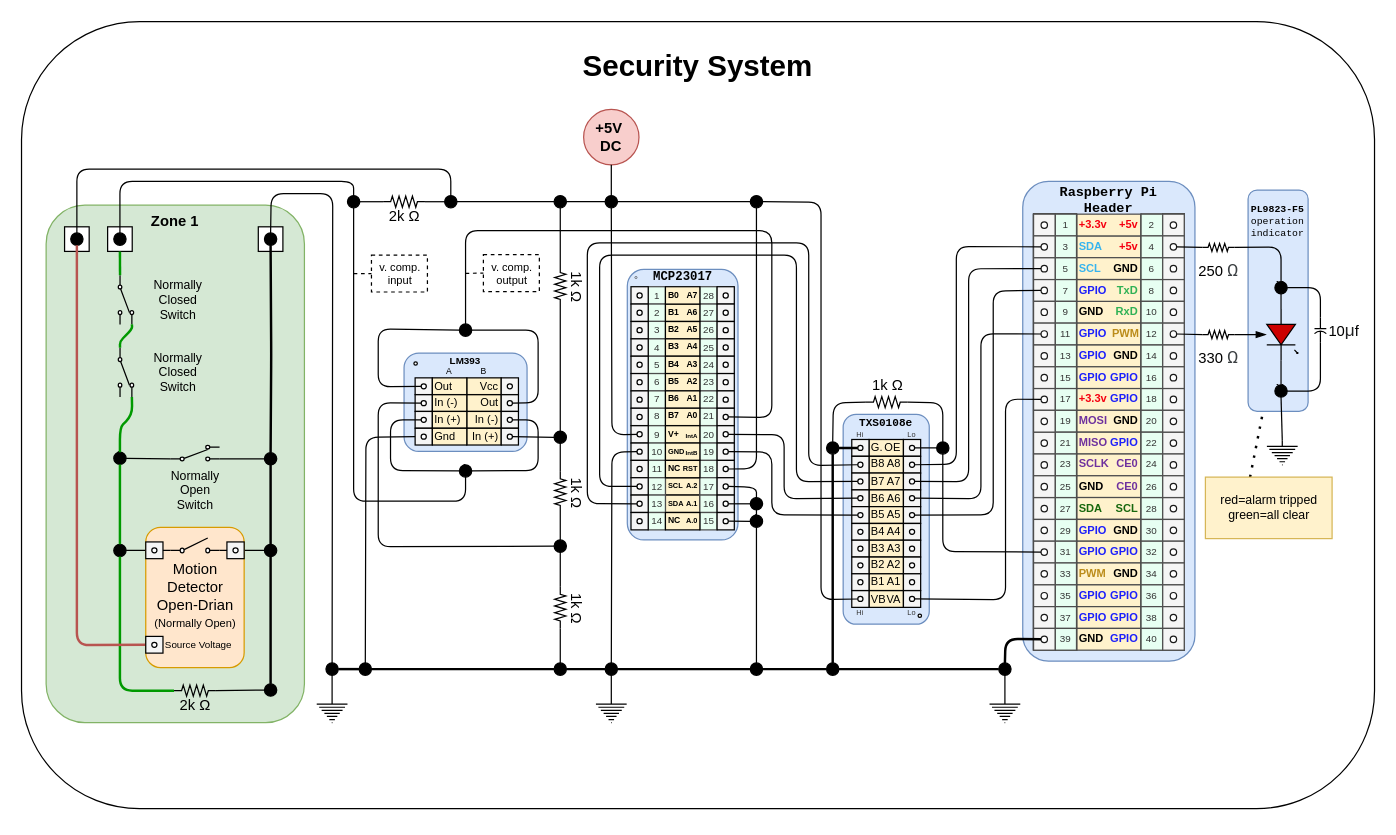
This is page "LM393" (1 of 2) of readme/circuit diagram.drawio from wryan67/SecuritySystem, a draw.io file, before an edit. Source tidied: cells renumbered, new cells numbered last; positions are measured from the earlier drawing's top-left corner, leaving out a move shared by most shapes. Both pictures are drawn from the tidied source at 123%, with x=0, y=0 at pixel (21, 21).
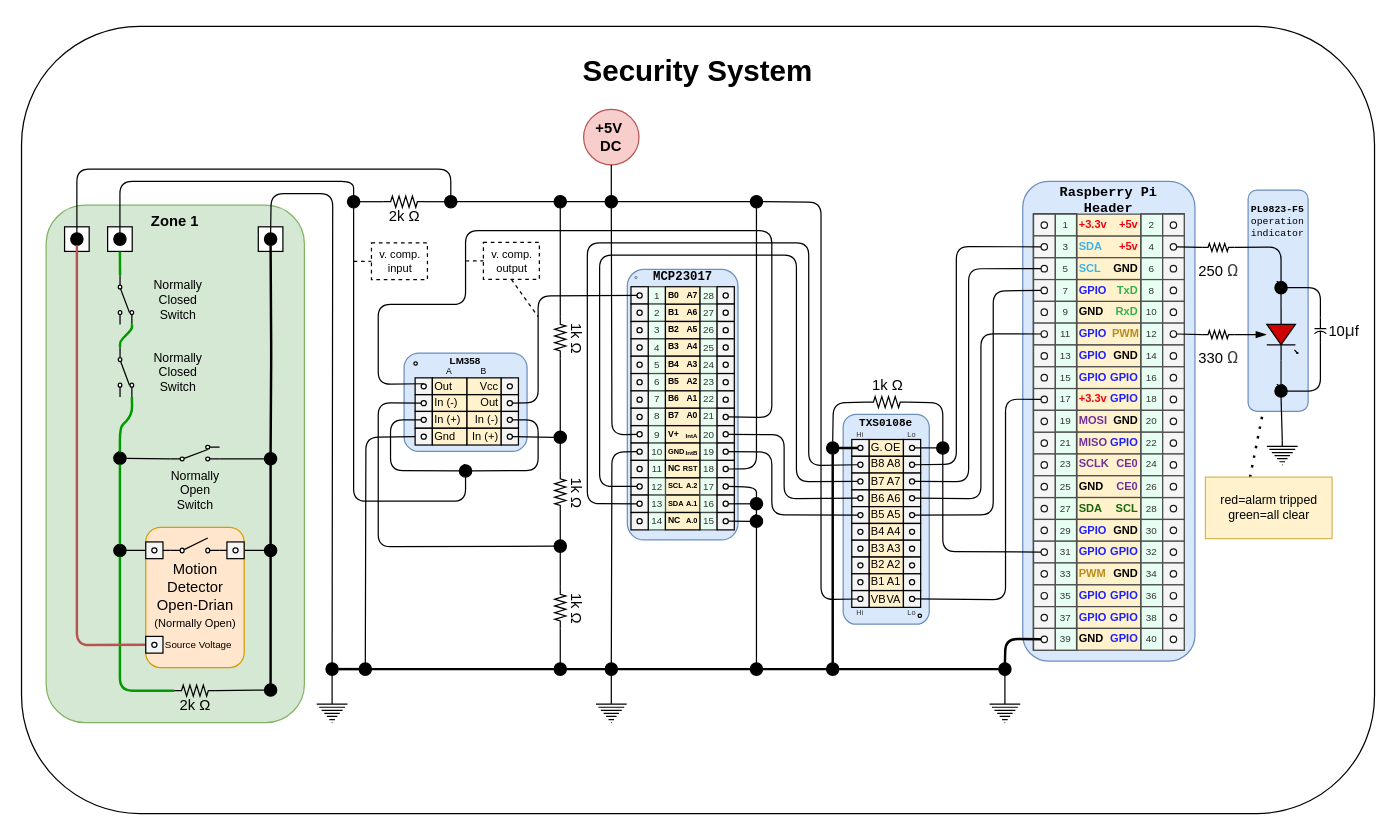
The same diagram, later.

The change refers to these unchanged cells:
```xml
<mxCell id="368" style="verticalLabelPosition=bottom;shadow=0;dashed=0;align=center;html=1;verticalAlign=top;strokeWidth=1;shape=ellipse;fontSize=7;" parent="303" vertex="1">
  <mxGeometry x="77.9" y="117.9" width="4.2" height="4.2" as="geometry" />
</mxCell>
<mxCell id="404" style="verticalLabelPosition=bottom;shadow=0;dashed=0;align=center;html=1;verticalAlign=top;strokeWidth=1;shape=ellipse;fontSize=7;" parent="303" vertex="1">
  <mxGeometry x="7.9" y="19.1" width="4.2" height="4.2" as="geometry" />
</mxCell>
<mxCell id="490" style="verticalLabelPosition=bottom;shadow=0;dashed=0;align=center;html=1;verticalAlign=top;strokeWidth=1;shape=ellipse;fontSize=12;" parent="1" vertex="1">
  <mxGeometry x="324.9" y="294.5" width="4.2" height="4.1" as="geometry" />
</mxCell>
<mxCell id="495" style="verticalLabelPosition=bottom;shadow=0;dashed=0;align=center;html=1;verticalAlign=top;strokeWidth=1;shape=ellipse;fontSize=12;" parent="1" vertex="1">
  <mxGeometry x="394.9" y="308.2" width="4.2" height="4.1" as="geometry" />
</mxCell>
```

Change to the diagram source:
```diff
@@
     <mxCell id="2" value="&lt;h1&gt;Security System&lt;/h1&gt;" style="rounded=1;whiteSpace=wrap;html=1;align=center;verticalAlign=top;" parent="1" vertex="1">
-      <mxGeometry width="1100" height="640" as="geometry" />
+      <mxGeometry y="3.9" width="1100" height="640" as="geometry" />
     </mxCell>
@@
-    <mxCell id="483" value="LM393" style="rounded=1;whiteSpace=wrap;html=1;fontSize=8;align=center;fillColor=#dae8fc;strokeColor=#6c8ebf;fontStyle=1;verticalAlign=top;spacingTop=-5;" parent="1" vertex="1">
+    <mxCell id="483" value="LM358" style="rounded=1;whiteSpace=wrap;html=1;fontSize=8;align=center;fillColor=#dae8fc;strokeColor=#6c8ebf;fontStyle=1;verticalAlign=top;spacingTop=-5;" parent="1" vertex="1">
       <mxGeometry x="311" y="269.5" width="100" height="80" as="geometry" />
     </mxCell>
@@
-    <mxCell id="512" style="endArrow=none;html=1;exitX=0.5;exitY=0;exitDx=0;exitDy=0;entryX=1;entryY=0.5;entryDx=0;entryDy=0;startArrow=none;" parent="1" edge="1" source="538" target="368">
+    <mxCell id="512" style="endArrow=none;html=1;exitX=0.5;exitY=0;exitDx=0;exitDy=0;entryX=1;entryY=0.5;entryDx=0;entryDy=0;startArrow=none;" parent="1" edge="1" source="490" target="368">
       <mxGeometry relative="1" as="geometry">
         <Array as="points">
+          <mxPoint x="290" y="295" />
+          <mxPoint x="290" y="230" />
+          <mxPoint x="361" y="230" />
           <mxPoint x="361" y="170" />
           <mxPoint x="610" y="170" />
           <mxPoint x="610" y="322" />
         </Array>
       </mxGeometry>
     </mxCell>
@@
     <mxCell id="515" value="1k&amp;nbsp;Ω" style="verticalLabelPosition=top;shadow=0;dashed=0;align=center;html=1;verticalAlign=bottom;shape=mxgraph.electrical.resistors.resistor_2;fontSize=12;labelPosition=center;rotation=90;" parent="1" vertex="1">
-      <mxGeometry x="421" y="210.5" width="34" height="9" as="geometry" />
+      <mxGeometry x="421" y="252.5" width="34" height="9" as="geometry" />
     </mxCell>
@@
-    <mxCell id="537" style="endArrow=none;html=1;exitX=0;exitY=0.5;exitDx=0;exitDy=0;entryX=0;entryY=0.5;entryDx=0;entryDy=0;" parent="1" edge="1" source="490" target="538">
-      <mxGeometry relative="1" as="geometry">
-        <Array as="points">
-          <mxPoint x="290" y="297" />
-          <mxPoint x="290" y="250" />
-        </Array>
-      </mxGeometry>
-    </mxCell>
-    <mxCell id="538" value="`" style="ellipse;whiteSpace=wrap;html=1;fillColor=#000000;" parent="1" vertex="1">
-      <mxGeometry x="356" y="245.9" width="10" height="10" as="geometry" />
-    </mxCell>
-    <mxCell id="539" style="endArrow=none;html=1;exitX=1;exitY=0.5;exitDx=0;exitDy=0;entryX=1;entryY=0.5;entryDx=0;entryDy=0;" parent="1" edge="1" source="495" target="538">
+    <mxCell id="539" style="endArrow=none;html=1;exitX=1;exitY=0.5;exitDx=0;exitDy=0;entryX=0;entryY=0.5;entryDx=0;entryDy=0;" parent="1" edge="1" source="495" target="404">
       <mxGeometry relative="1" as="geometry">
         <Array as="points">
           <mxPoint x="420" y="310" />
-          <mxPoint x="420" y="251" />
+          <mxPoint x="420" y="223" />
         </Array>
       </mxGeometry>
     </mxCell>
@@
     <mxCell id="575" value="v. comp.&lt;br&gt;input" style="rounded=0;whiteSpace=wrap;html=1;fontSize=9;dashed=1;" parent="1" vertex="1">
-      <mxGeometry x="284.5" y="189.9" width="45.5" height="30" as="geometry" />
+      <mxGeometry x="284.5" y="179.9" width="45.5" height="30" as="geometry" />
     </mxCell>
     <mxCell id="576" style="endArrow=none;dashed=1;html=1;fontSize=9;strokeColor=#000000;strokeWidth=1;entryX=0;entryY=0.5;entryDx=0;entryDy=0;" parent="1" edge="1" target="575">
       <mxGeometry relative="1" as="geometry">
-        <mxPoint x="270" y="205" as="sourcePoint" />
+        <mxPoint x="270" y="195" as="sourcePoint" />
       </mxGeometry>
     </mxCell>
@@
     <mxCell id="596" value="v. comp.&lt;br&gt;output" style="rounded=0;whiteSpace=wrap;html=1;fontSize=9;dashed=1;" parent="1" vertex="1">
-      <mxGeometry x="375.5" y="189.6" width="45.5" height="30" as="geometry" />
+      <mxGeometry x="375.5" y="179.6" width="45.5" height="30" as="geometry" />
     </mxCell>
     <mxCell id="597" style="endArrow=none;dashed=1;html=1;fontSize=9;strokeColor=#000000;strokeWidth=1;entryX=0;entryY=0.5;entryDx=0;entryDy=0;" parent="1" edge="1" target="596">
       <mxGeometry relative="1" as="geometry">
-        <mxPoint x="361" y="204.7" as="sourcePoint" />
+        <mxPoint x="361" y="194.7" as="sourcePoint" />
       </mxGeometry>
     </mxCell>
+    <mxCell id="598" style="endArrow=none;dashed=1;html=1;fontSize=9;strokeColor=#000000;strokeWidth=1;exitX=0.5;exitY=1;exitDx=0;exitDy=0;" parent="1" edge="1" source="596">
+      <mxGeometry relative="1" as="geometry">
+        <mxPoint x="420" y="240" as="targetPoint" />
+      </mxGeometry>
+    </mxCell>
```
